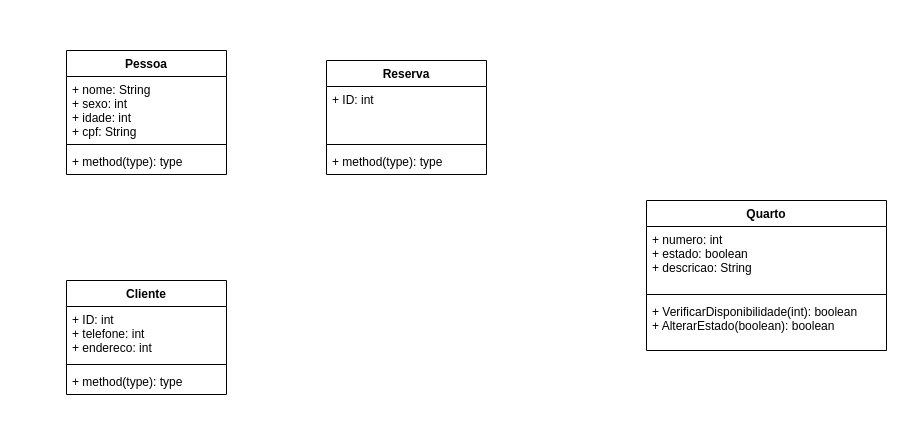
mateuscaldasbr/Villa-Food-Delivery keeps this draw.io diagram as Untitled Diagram.drawio. Above is the earlier version. Source tidied: cells renumbered, new cells numbered last; positions are measured from the earlier drawing's top-left corner, leaving out a move shared by most shapes. Both pictures are drawn from the tidied source at 100%, with x=0, y=0 at pixel (66, 50).
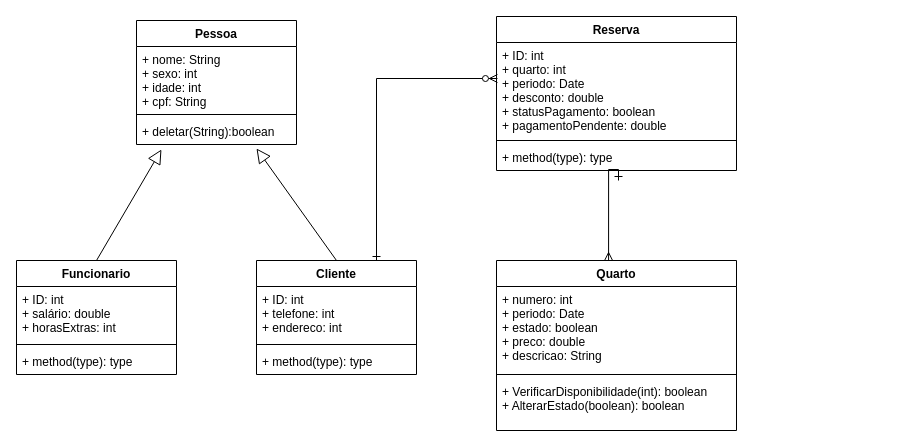
The same diagram, later.

Change to the diagram source:
```diff
@@
     <mxCell id="2" value="Quarto" style="swimlane;fontStyle=1;align=center;verticalAlign=top;horizontal=1;startSize=26;" parent="1" vertex="1">
-      <mxGeometry x="580" y="150" width="240" height="150" as="geometry" />
+      <mxGeometry x="430" y="210" width="240" height="170" as="geometry" />
     </mxCell>
-    <mxCell id="3" value="+ numero: int&#10;+ estado: boolean&#10;+ descricao: String" style="text;strokeColor=none;fillColor=none;align=left;verticalAlign=top;spacingLeft=4;spacingRight=4;overflow=hidden;" parent="2" vertex="1">
-      <mxGeometry y="26" width="240" height="64" as="geometry" />
+    <mxCell id="3" value="+ numero: int&#10;+ periodo: Date&#10;+ estado: boolean&#10;+ preco: double&#10;+ descricao: String" style="text;strokeColor=none;fillColor=none;align=left;verticalAlign=top;spacingLeft=4;spacingRight=4;overflow=hidden;" parent="2" vertex="1">
+      <mxGeometry y="26" width="240" height="84" as="geometry" />
     </mxCell>
     <mxCell id="4" style="line;strokeWidth=1;fillColor=none;align=left;verticalAlign=middle;spacingTop=-1;spacingLeft=3;spacingRight=3;labelPosition=right;" parent="2" vertex="1">
-      <mxGeometry y="90" width="240" height="8" as="geometry" />
+      <mxGeometry y="110" width="240" height="8" as="geometry" />
     </mxCell>
     <mxCell id="5" value="+ VerificarDisponibilidade(int): boolean&#10;+ AlterarEstado(boolean): boolean&#10;" style="text;strokeColor=none;fillColor=none;align=left;verticalAlign=top;spacingLeft=4;spacingRight=4;overflow=hidden;" parent="2" vertex="1">
-      <mxGeometry y="98" width="240" height="52" as="geometry" />
+      <mxGeometry y="118" width="240" height="52" as="geometry" />
     </mxCell>
     <mxCell id="6" value="Pessoa" style="swimlane;fontStyle=1;align=center;verticalAlign=top;horizontal=1;startSize=26;" parent="1" vertex="1">
-      <mxGeometry width="160" height="124" as="geometry" />
+      <mxGeometry x="70" y="-30" width="160" height="124" as="geometry" />
     </mxCell>
@@
-    <mxCell id="9" value="+ method(type): type" style="text;strokeColor=none;fillColor=none;align=left;verticalAlign=top;spacingLeft=4;spacingRight=4;overflow=hidden;points=[[0,0.5],[1,0.5]];portConstraint=eastwest;" parent="6" vertex="1">
+    <mxCell id="9" value="+ deletar(String):boolean" style="text;strokeColor=none;fillColor=none;align=left;verticalAlign=top;spacingLeft=4;spacingRight=4;overflow=hidden;points=[[0,0.5],[1,0.5]];portConstraint=eastwest;" parent="6" vertex="1">
       <mxGeometry y="98" width="160" height="26" as="geometry" />
     </mxCell>
     <mxCell id="10" value="Cliente" style="swimlane;fontStyle=1;align=center;verticalAlign=top;horizontal=1;startSize=26;" parent="1" vertex="1">
-      <mxGeometry y="230" width="160" height="114" as="geometry" />
+      <mxGeometry x="190" y="210" width="160" height="114" as="geometry" />
     </mxCell>
@@
     <mxCell id="14" value="Reserva" style="swimlane;fontStyle=1;align=center;verticalAlign=top;horizontal=1;startSize=26;" parent="1" vertex="1">
-      <mxGeometry x="260" y="10" width="160" height="114" as="geometry" />
+      <mxGeometry x="430" y="-34" width="240" height="154" as="geometry" />
     </mxCell>
-    <mxCell id="15" value="+ ID: int" style="text;strokeColor=none;fillColor=none;align=left;verticalAlign=top;spacingLeft=4;spacingRight=4;overflow=hidden;points=[[0,0.5],[1,0.5]];portConstraint=eastwest;" parent="14" vertex="1">
-      <mxGeometry y="26" width="160" height="54" as="geometry" />
+    <mxCell id="15" value="+ ID: int&#10;+ quarto: int&#10;+ periodo: Date&#10;+ desconto: double&#10;+ statusPagamento: boolean&#10;+ pagamentoPendente: double&#10;&#10;" style="text;strokeColor=none;fillColor=none;align=left;verticalAlign=top;spacingLeft=4;spacingRight=4;overflow=hidden;points=[[0,0.5],[1,0.5]];portConstraint=eastwest;" parent="14" vertex="1">
+      <mxGeometry y="26" width="240" height="94" as="geometry" />
     </mxCell>
     <mxCell id="16" style="line;strokeWidth=1;fillColor=none;align=left;verticalAlign=middle;spacingTop=-1;spacingLeft=3;spacingRight=3;labelPosition=right;" parent="14" vertex="1">
-      <mxGeometry y="80" width="160" height="8" as="geometry" />
+      <mxGeometry y="120" width="240" height="8" as="geometry" />
     </mxCell>
     <mxCell id="17" value="+ method(type): type" style="text;strokeColor=none;fillColor=none;align=left;verticalAlign=top;spacingLeft=4;spacingRight=4;overflow=hidden;" parent="14" vertex="1">
-      <mxGeometry y="88" width="160" height="26" as="geometry" />
+      <mxGeometry y="128" width="240" height="26" as="geometry" />
     </mxCell>
+    <mxCell id="18" style="edgeStyle=none;html=1;endSize=12;endArrow=block;endFill=0;entryX=0.75;entryY=1.154;entryDx=0;entryDy=0;entryPerimeter=0;exitX=0.5;exitY=0;exitDx=0;exitDy=0;" parent="1" edge="1" source="10" target="9">
+      <mxGeometry relative="1" as="geometry" />
+    </mxCell>
+    <mxCell id="19" value="Funcionario" style="swimlane;fontStyle=1;align=center;verticalAlign=top;horizontal=1;startSize=26;" parent="1" vertex="1">
+      <mxGeometry x="-50" y="210" width="160" height="114" as="geometry" />
+    </mxCell>
+    <mxCell id="20" value="+ ID: int&#10;+ salário: double&#10;+ horasExtras: int&#10;" style="text;strokeColor=none;fillColor=none;align=left;verticalAlign=top;spacingLeft=4;spacingRight=4;overflow=hidden;" parent="19" vertex="1">
+      <mxGeometry y="26" width="160" height="54" as="geometry" />
+    </mxCell>
+    <mxCell id="21" style="line;strokeWidth=1;fillColor=none;align=left;verticalAlign=middle;spacingTop=-1;spacingLeft=3;spacingRight=3;labelPosition=right;" parent="19" vertex="1">
+      <mxGeometry y="80" width="160" height="8" as="geometry" />
+    </mxCell>
+    <mxCell id="22" value="+ method(type): type" style="text;strokeColor=none;fillColor=none;align=left;verticalAlign=top;spacingLeft=4;spacingRight=4;overflow=hidden;" parent="19" vertex="1">
+      <mxGeometry y="88" width="160" height="26" as="geometry" />
+    </mxCell>
+    <mxCell id="23" style="edgeStyle=none;html=1;endSize=12;endArrow=block;endFill=0;exitX=0.5;exitY=0;exitDx=0;exitDy=0;entryX=0.156;entryY=1.192;entryDx=0;entryDy=0;entryPerimeter=0;" parent="1" edge="1" source="19" target="9">
+      <mxGeometry relative="1" as="geometry" />
+    </mxCell>
+    <mxCell id="24" style="edgeStyle=orthogonalEdgeStyle;rounded=0;jettySize=auto;html=1;entryX=0.467;entryY=0;entryDx=0;entryDy=0;entryPerimeter=0;endArrow=ERmany;endFill=0;startArrow=ERone;startFill=0;" parent="1" edge="1" target="2">
+      <mxGeometry relative="1" as="geometry">
+        <mxPoint x="552" y="130" as="sourcePoint" />
+        <Array as="points">
+          <mxPoint x="552" y="119" />
+        </Array>
+      </mxGeometry>
+    </mxCell>
+    <mxCell id="25" style="edgeStyle=orthogonalEdgeStyle;rounded=0;jettySize=auto;html=1;entryX=0.004;entryY=0.383;entryDx=0;entryDy=0;entryPerimeter=0;strokeColor=#000000;endArrow=ERzeroToMany;endFill=1;startArrow=ERone;startFill=0;exitX=0.75;exitY=0;exitDx=0;exitDy=0;" parent="1" edge="1" source="10" target="15">
+      <mxGeometry relative="1" as="geometry" />
+    </mxCell>
```
